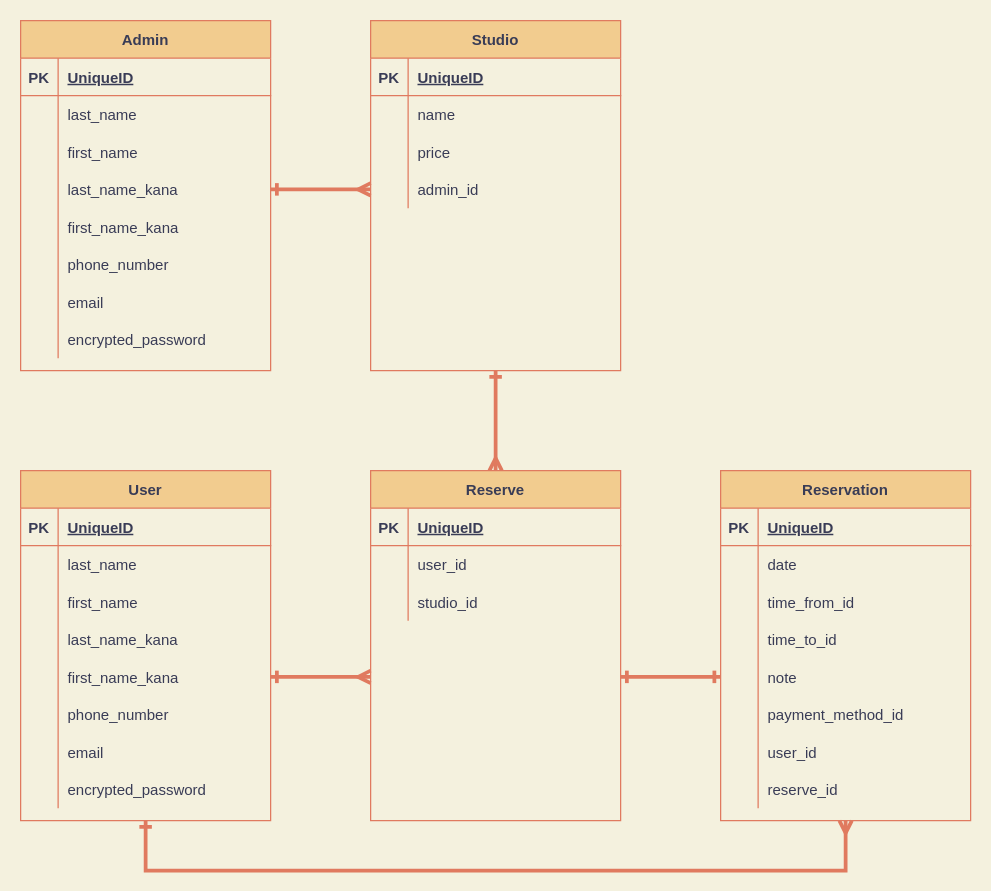
This is ER.dio from konno-tech/studio-reservation, a draw.io file, before an edit. Source tidied: cells renumbered, new cells numbered last; positions are measured from the earlier drawing's top-left corner, leaving out a move shared by most shapes. Both pictures are drawn from the tidied source at 125%, with x=0, y=0 at pixel (20, 20).
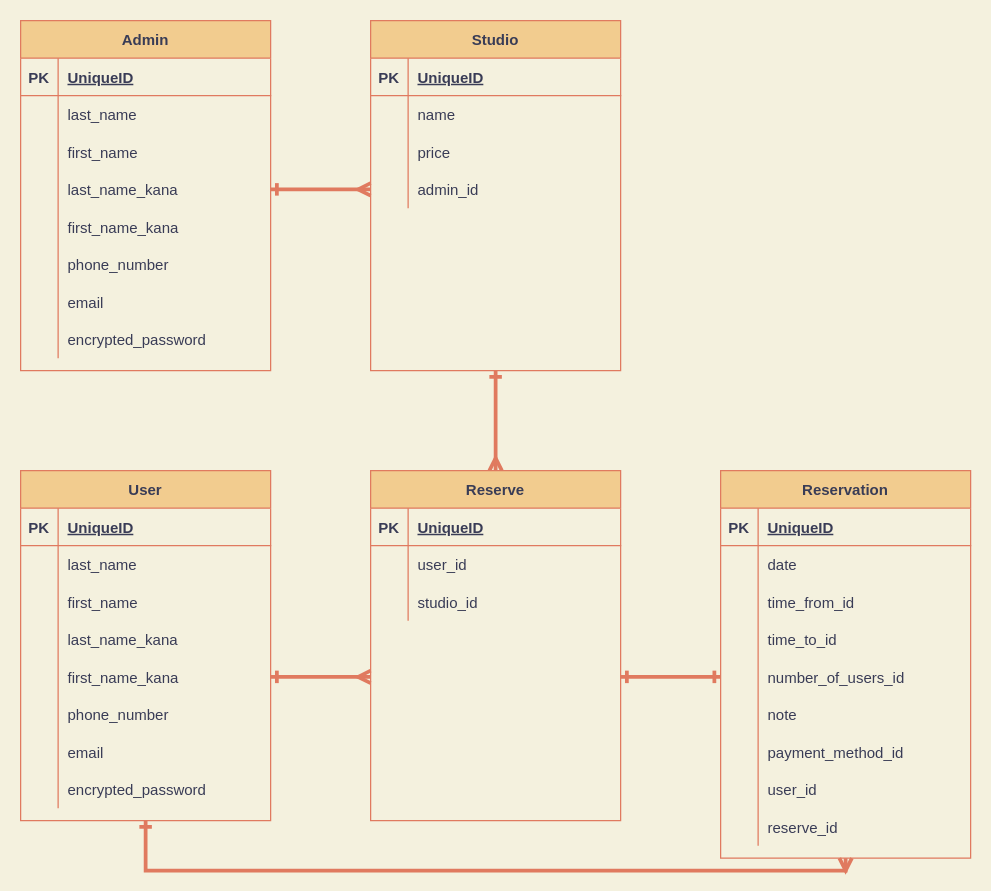
After the change.

Unchanged cells that the change refers to:
```xml
<mxCell id="90" style="shape=partialRectangle;fillColor=none;top=0;left=0;bottom=0;right=0;points=[[0,0.5],[1,0.5]];portConstraint=eastwest;strokeColor=#E07A5F;fontColor=#393C56;" parent="77" vertex="1">
  <mxGeometry y="150" width="200" height="30" as="geometry" />
</mxCell>
<mxCell id="93" style="shape=partialRectangle;fillColor=none;top=0;left=0;bottom=0;right=0;strokeColor=#E07A5F;fontColor=#393C56;" parent="77" vertex="1">
  <mxGeometry y="180" width="200" height="30" as="geometry" />
</mxCell>
<mxCell id="96" style="shape=partialRectangle;fillColor=none;top=0;left=0;bottom=0;right=0;strokeColor=#E07A5F;fontColor=#393C56;" parent="77" vertex="1">
  <mxGeometry y="210" width="200" height="30" as="geometry" />
</mxCell>
<mxCell id="99" style="shape=partialRectangle;fillColor=none;top=0;left=0;bottom=0;right=0;strokeColor=#E07A5F;fontColor=#393C56;" parent="77" vertex="1">
  <mxGeometry y="240" width="200" height="30" as="geometry" />
</mxCell>
```

Diff of the diagram source:
```diff
@@
     <mxCell id="77" value="Reservation" style="shape=table;startSize=30;childLayout=tableLayout;rowLines=0;fontStyle=1;align=center;fillColor=#F2CC8F;strokeColor=#E07A5F;fontColor=#393C56;" parent="1" vertex="1">
-      <mxGeometry x="560" y="360" width="200" height="280" as="geometry" />
+      <mxGeometry x="560" y="360" width="200" height="310" as="geometry" />
     </mxCell>
@@
-    <mxCell id="92" value="note" style="shape=partialRectangle;fillColor=none;top=0;left=0;bottom=0;right=0;align=left;spacingLeft=6;overflow=hidden;strokeColor=#E07A5F;fontColor=#393C56;" parent="90" vertex="1">
+    <mxCell id="92" value="number_of_users_id" style="shape=partialRectangle;fillColor=none;top=0;left=0;bottom=0;right=0;align=left;spacingLeft=6;overflow=hidden;strokeColor=#E07A5F;fontColor=#393C56;" parent="90" vertex="1">
       <mxGeometry x="30" width="170" height="30" as="geometry" />
     </mxCell>
@@
-    <mxCell id="95" value="payment_method_id" style="shape=partialRectangle;fillColor=none;top=0;left=0;bottom=0;right=0;align=left;spacingLeft=6;overflow=hidden;strokeColor=#E07A5F;fontColor=#393C56;" parent="93" vertex="1">
+    <mxCell id="95" value="note" style="shape=partialRectangle;fillColor=none;top=0;left=0;bottom=0;right=0;align=left;spacingLeft=6;overflow=hidden;strokeColor=#E07A5F;fontColor=#393C56;" parent="93" vertex="1">
       <mxGeometry x="30" width="170" height="30" as="geometry" />
     </mxCell>
@@
-    <mxCell id="98" value="user_id" style="shape=partialRectangle;fillColor=none;top=0;left=0;bottom=0;right=0;align=left;spacingLeft=6;overflow=hidden;strokeColor=#E07A5F;fontColor=#393C56;" parent="96" vertex="1">
+    <mxCell id="98" value="payment_method_id" style="shape=partialRectangle;fillColor=none;top=0;left=0;bottom=0;right=0;align=left;spacingLeft=6;overflow=hidden;strokeColor=#E07A5F;fontColor=#393C56;" parent="96" vertex="1">
       <mxGeometry x="30" width="170" height="30" as="geometry" />
     </mxCell>
@@
-    <mxCell id="101" value="reserve_id" style="shape=partialRectangle;fillColor=none;top=0;left=0;bottom=0;right=0;align=left;spacingLeft=6;overflow=hidden;strokeColor=#E07A5F;fontColor=#393C56;" parent="99" vertex="1">
+    <mxCell id="101" value="user_id" style="shape=partialRectangle;fillColor=none;top=0;left=0;bottom=0;right=0;align=left;spacingLeft=6;overflow=hidden;strokeColor=#E07A5F;fontColor=#393C56;" parent="99" vertex="1">
       <mxGeometry x="30" width="170" height="30" as="geometry" />
     </mxCell>
+    <mxCell id="105" style="shape=partialRectangle;fillColor=none;top=0;left=0;bottom=0;right=0;strokeColor=#E07A5F;fontColor=#393C56;" parent="77" vertex="1">
+      <mxGeometry y="270" width="200" height="30" as="geometry" />
+    </mxCell>
+    <mxCell id="106" style="shape=partialRectangle;fillColor=none;top=0;left=0;bottom=0;right=0;overflow=hidden;strokeColor=#E07A5F;fontColor=#393C56;" parent="105" vertex="1">
+      <mxGeometry width="30" height="30" as="geometry" />
+    </mxCell>
+    <mxCell id="107" value="reserve_id" style="shape=partialRectangle;fillColor=none;top=0;left=0;bottom=0;right=0;align=left;spacingLeft=6;overflow=hidden;strokeColor=#E07A5F;fontColor=#393C56;" parent="105" vertex="1">
+      <mxGeometry x="30" width="170" height="30" as="geometry" />
+    </mxCell>
```
